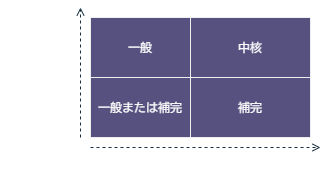
Earlier version of the draw.io export documents/contents/images/app-architecture/overview/business-domain-categories-dark.png (AlesInfiny/maris). Source tidied: cells renumbered, new cells last; positions are measured from the earlier drawing's top-left corner, leaving out a move shared by most shapes.
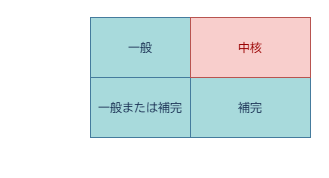
The same diagram one commit later.

What changed in the source:
```diff
@@ -2,46 +2,46 @@
   <root>
     <mxCell id="0" />
     <mxCell id="1" parent="0" />
-    <mxCell id="2" style="endArrow=open;html=1;endFill=0;dashed=1;labelBackgroundColor=none;fontColor=default;strokeColor=#182E3E;" parent="1" edge="1">
-      <mxGeometry relative="1" as="geometry">
-        <mxPoint x="80" y="130" as="sourcePoint" />
-        <mxPoint x="80" as="targetPoint" />
-      </mxGeometry>
-    </mxCell>
-    <mxCell id="3" style="endArrow=open;html=1;endFill=0;dashed=1;labelBackgroundColor=none;fontColor=default;strokeColor=#182E3E;" parent="1" edge="1">
-      <mxGeometry relative="1" as="geometry">
-        <mxPoint x="90" y="140" as="sourcePoint" />
-        <mxPoint x="320" y="140" as="targetPoint" />
-      </mxGeometry>
-    </mxCell>
+    <mxCell id="14" style="endArrow=open;html=1;endFill=0;dashed=1;labelBackgroundColor=none;fontColor=default;strokeColor=#FFFFFF;" parent="1" edge="1">
+      <mxGeometry relative="1" as="geometry">
+        <mxPoint x="80" y="130" as="sourcePoint" />
+        <mxPoint x="80" as="targetPoint" />
+      </mxGeometry>
+    </mxCell>
+    <mxCell id="15" style="endArrow=open;html=1;endFill=0;dashed=1;labelBackgroundColor=none;fontColor=default;strokeColor=#FFFFFF;" parent="1" edge="1">
+      <mxGeometry relative="1" as="geometry">
+        <mxPoint x="90" y="140" as="sourcePoint" />
+        <mxPoint x="320" y="140" as="targetPoint" />
+      </mxGeometry>
+    </mxCell>
-    <mxCell id="4" value="一般または補完" style="rounded=0;whiteSpace=wrap;html=1;fontFamily=BIZ UDゴシック;labelBackgroundColor=none;fillColor=#56517E;strokeColor=#EEEEEE;fontColor=#FFFFFF;" parent="1" vertex="1">
+    <mxCell id="4" value="一般または補完" style="rounded=0;whiteSpace=wrap;html=1;fontFamily=BIZ UDゴシック;labelBackgroundColor=none;fillColor=#A8DADC;strokeColor=#457B9D;fontColor=#1D3557;" parent="1" vertex="1">
       <mxGeometry x="90" y="70" width="100" height="60" as="geometry" />
     </mxCell>
-    <mxCell id="5" value="一般" style="rounded=0;whiteSpace=wrap;html=1;fontFamily=BIZ UDゴシック;labelBackgroundColor=none;fillColor=#56517E;strokeColor=#EEEEEE;fontColor=#FFFFFF;" parent="1" vertex="1">
+    <mxCell id="5" value="一般" style="rounded=0;whiteSpace=wrap;html=1;fontFamily=BIZ UDゴシック;labelBackgroundColor=none;fillColor=#A8DADC;strokeColor=#457B9D;fontColor=#1D3557;" parent="1" vertex="1">
       <mxGeometry x="90" y="10" width="100" height="60" as="geometry" />
     </mxCell>
-    <mxCell id="6" value="補完" style="rounded=0;whiteSpace=wrap;html=1;fontFamily=BIZ UDゴシック;labelBackgroundColor=none;fillColor=#56517E;strokeColor=#EEEEEE;fontColor=#FFFFFF;" parent="1" vertex="1">
+    <mxCell id="6" value="補完" style="rounded=0;whiteSpace=wrap;html=1;fontFamily=BIZ UDゴシック;labelBackgroundColor=none;fillColor=#A8DADC;strokeColor=#457B9D;fontColor=#1D3557;" parent="1" vertex="1">
       <mxGeometry x="190" y="70" width="120" height="60" as="geometry" />
     </mxCell>
-    <mxCell id="7" value="中核" style="rounded=0;whiteSpace=wrap;html=1;fontFamily=BIZ UDゴシック;labelBackgroundColor=none;fillColor=#56517E;strokeColor=#EEEEEE;fontColor=#FFFFFF;" parent="1" vertex="1">
+    <mxCell id="7" value="&lt;font style=&quot;color: rgb(153, 0, 0);&quot;&gt;中核&lt;/font&gt;" style="rounded=0;whiteSpace=wrap;html=1;fontFamily=BIZ UDゴシック;labelBackgroundColor=none;fillColor=#f8cecc;strokeColor=#b85450;" parent="1" vertex="1">
       <mxGeometry x="190" y="10" width="120" height="60" as="geometry" />
     </mxCell>
-    <mxCell id="8" value="小" style="text;html=1;align=center;verticalAlign=middle;whiteSpace=wrap;rounded=0;fontFamily=BIZ UDゴシック;labelBackgroundColor=none;fontColor=#FFFFFF;" parent="1" vertex="1">
-      <mxGeometry x="90" y="140" width="20" height="20" as="geometry" />
-    </mxCell>
-    <mxCell id="9" value="小" style="text;html=1;align=center;verticalAlign=middle;whiteSpace=wrap;rounded=0;fontFamily=BIZ UDゴシック;labelBackgroundColor=none;fontColor=#FFFFFF;" parent="1" vertex="1">
-      <mxGeometry x="60" y="110" width="20" height="20" as="geometry" />
-    </mxCell>
-    <mxCell id="10" value="大" style="text;html=1;align=center;verticalAlign=middle;whiteSpace=wrap;rounded=0;fontFamily=BIZ UDゴシック;labelBackgroundColor=none;fontColor=#FFFFFF;" parent="1" vertex="1">
-      <mxGeometry x="290" y="140" width="20" height="20" as="geometry" />
-    </mxCell>
-    <mxCell id="11" value="大" style="text;html=1;align=center;verticalAlign=middle;whiteSpace=wrap;rounded=0;fontFamily=BIZ UDゴシック;labelBackgroundColor=none;fontColor=#FFFFFF;" parent="1" vertex="1">
-      <mxGeometry x="60" y="10" width="20" height="20" as="geometry" />
-    </mxCell>
+    <mxCell id="16" value="&lt;font style=&quot;color: rgb(255, 255, 255);&quot;&gt;小&lt;/font&gt;" style="text;html=1;align=center;verticalAlign=middle;whiteSpace=wrap;rounded=0;fontFamily=BIZ UDゴシック;labelBackgroundColor=none;fontColor=#1D3557;" parent="1" vertex="1">
+      <mxGeometry x="90" y="140" width="20" height="20" as="geometry" />
+    </mxCell>
+    <mxCell id="17" value="&lt;font style=&quot;color: rgb(255, 255, 255);&quot;&gt;小&lt;/font&gt;" style="text;html=1;align=center;verticalAlign=middle;whiteSpace=wrap;rounded=0;fontFamily=BIZ UDゴシック;labelBackgroundColor=none;fontColor=#1D3557;" parent="1" vertex="1">
+      <mxGeometry x="60" y="110" width="20" height="20" as="geometry" />
+    </mxCell>
+    <mxCell id="18" value="&lt;font style=&quot;color: rgb(255, 255, 255);&quot;&gt;大&lt;/font&gt;" style="text;html=1;align=center;verticalAlign=middle;whiteSpace=wrap;rounded=0;fontFamily=BIZ UDゴシック;labelBackgroundColor=none;fontColor=#1D3557;" parent="1" vertex="1">
+      <mxGeometry x="290" y="140" width="20" height="20" as="geometry" />
+    </mxCell>
+    <mxCell id="19" value="&lt;font style=&quot;color: rgb(255, 255, 255);&quot;&gt;大&lt;/font&gt;" style="text;html=1;align=center;verticalAlign=middle;whiteSpace=wrap;rounded=0;fontFamily=BIZ UDゴシック;labelBackgroundColor=none;fontColor=#1D3557;" parent="1" vertex="1">
+      <mxGeometry x="60" y="10" width="20" height="20" as="geometry" />
+    </mxCell>
-    <mxCell id="12" value="競合他社との差別化" style="text;html=1;align=center;verticalAlign=middle;whiteSpace=wrap;rounded=0;fontFamily=BIZ UDゴシック;labelBackgroundColor=none;fontColor=#FFFFFF;" parent="1" vertex="1">
+    <mxCell id="12" value="&lt;font style=&quot;color: rgb(255, 255, 255);&quot;&gt;競合他社との差別化&lt;/font&gt;" style="text;html=1;align=center;verticalAlign=middle;whiteSpace=wrap;rounded=0;fontFamily=BIZ UDゴシック;labelBackgroundColor=none;fontColor=#1D3557;" parent="1" vertex="1">
       <mxGeometry x="140" y="150" width="130" height="20" as="geometry" />
     </mxCell>
-    <mxCell id="13" value="業務ロジック&lt;div&gt;の複雑さ&lt;/div&gt;" style="text;html=1;align=center;verticalAlign=middle;whiteSpace=wrap;rounded=0;fontFamily=BIZ UDゴシック;labelBackgroundColor=none;fontColor=#FFFFFF;" parent="1" vertex="1">
+    <mxCell id="13" value="&lt;font style=&quot;color: rgb(255, 255, 255);&quot;&gt;業務ロジック&lt;/font&gt;&lt;div&gt;&lt;font style=&quot;color: rgb(255, 255, 255);&quot;&gt;の複雑さ&lt;/font&gt;&lt;/div&gt;" style="text;html=1;align=center;verticalAlign=middle;whiteSpace=wrap;rounded=0;fontFamily=BIZ UDゴシック;labelBackgroundColor=none;fontColor=#1D3557;" parent="1" vertex="1">
       <mxGeometry y="50" width="80" height="40" as="geometry" />
     </mxCell>
   </root>
```
